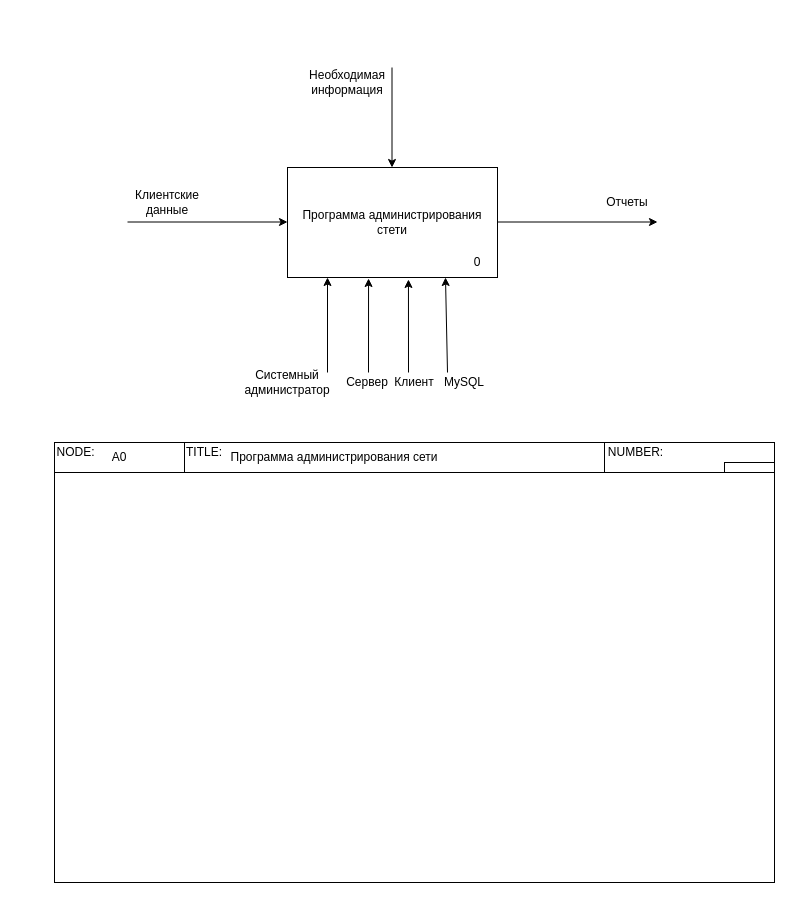
This is Контекстная диаграмма "Программа администрирования сети".drawio from OhotnikovV/AvIS, a draw.io file, before an edit. Source tidied: cells renumbered, new cells numbered last; positions are measured from the earlier drawing's top-left corner, leaving out a move shared by most shapes. Both pictures are drawn from the tidied source at 100%, with x=0, y=0 at pixel (54, 67).
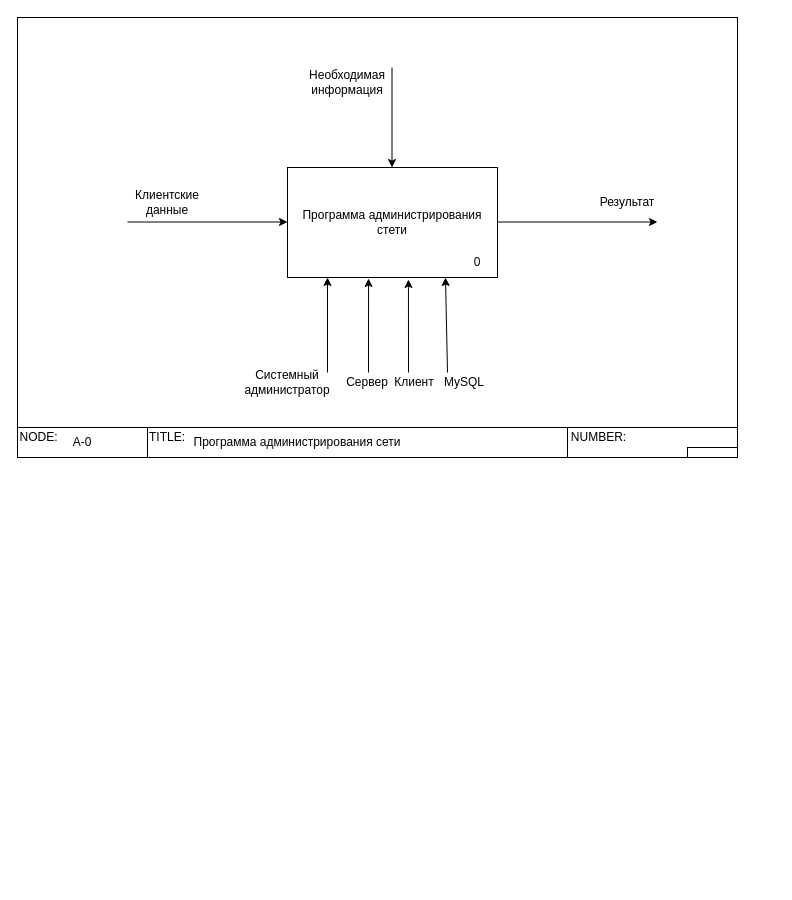
The same diagram, later.

Change to the diagram source:
```diff
@@
-    <mxCell id="9" value="Отчеты" style="text;html=1;strokeColor=none;fillColor=none;align=center;verticalAlign=middle;whiteSpace=wrap;rounded=0;" parent="1" vertex="1">
+    <mxCell id="9" value="Результат" style="text;html=1;strokeColor=none;fillColor=none;align=center;verticalAlign=middle;whiteSpace=wrap;rounded=0;" parent="1" vertex="1">
       <mxGeometry x="553" y="125" width="40" height="20" as="geometry" />
     </mxCell>
@@
     <mxCell id="14" style="rounded=0;whiteSpace=wrap;html=1;fillColor=none;" parent="1" vertex="1">
-      <mxGeometry y="405" width="720" height="410" as="geometry" />
+      <mxGeometry x="-37" y="-50" width="720" height="410" as="geometry" />
     </mxCell>
     <mxCell id="15" style="rounded=0;whiteSpace=wrap;html=1;fillColor=none;" parent="1" vertex="1">
-      <mxGeometry y="375" width="720" height="30" as="geometry" />
+      <mxGeometry x="-37" y="360" width="720" height="30" as="geometry" />
     </mxCell>
     <mxCell id="16" style="rounded=0;whiteSpace=wrap;html=1;fillColor=none;" parent="1" vertex="1">
-      <mxGeometry x="550" y="375" width="170" height="30" as="geometry" />
+      <mxGeometry x="513" y="360" width="170" height="30" as="geometry" />
     </mxCell>
     <mxCell id="17" style="rounded=0;whiteSpace=wrap;html=1;fillColor=none;" parent="1" vertex="1">
-      <mxGeometry y="375" width="130" height="30" as="geometry" />
+      <mxGeometry x="-37" y="360" width="130" height="30" as="geometry" />
     </mxCell>
     <mxCell id="18" value="NODE:" style="text;html=1;strokeColor=none;fillColor=none;align=center;verticalAlign=middle;whiteSpace=wrap;rounded=0;" parent="1" vertex="1">
-      <mxGeometry y="375" width="43" height="20" as="geometry" />
+      <mxGeometry x="-37" y="360" width="43" height="20" as="geometry" />
     </mxCell>
-    <mxCell id="19" value="A0" style="text;html=1;strokeColor=none;fillColor=none;align=center;verticalAlign=middle;whiteSpace=wrap;rounded=0;" parent="1" vertex="1">
-      <mxGeometry x="45" y="380" width="40" height="20" as="geometry" />
+    <mxCell id="19" value="A-0" style="text;html=1;strokeColor=none;fillColor=none;align=center;verticalAlign=middle;whiteSpace=wrap;rounded=0;" parent="1" vertex="1">
+      <mxGeometry x="8" y="365" width="40" height="20" as="geometry" />
     </mxCell>
     <mxCell id="20" value="TITLE:" style="text;html=1;strokeColor=none;fillColor=none;align=center;verticalAlign=middle;whiteSpace=wrap;rounded=0;" parent="1" vertex="1">
-      <mxGeometry x="130" y="375" width="40" height="20" as="geometry" />
+      <mxGeometry x="93" y="360" width="40" height="20" as="geometry" />
     </mxCell>
     <mxCell id="21" value="NUMBER:" style="text;html=1;strokeColor=none;fillColor=none;align=center;verticalAlign=middle;whiteSpace=wrap;rounded=0;" parent="1" vertex="1">
-      <mxGeometry x="550" y="375" width="63" height="20" as="geometry" />
+      <mxGeometry x="513" y="360" width="63" height="20" as="geometry" />
     </mxCell>
     <mxCell id="22" style="rounded=0;whiteSpace=wrap;html=1;fillColor=none;" parent="1" vertex="1">
-      <mxGeometry x="670" y="395" width="50" height="10" as="geometry" />
+      <mxGeometry x="633" y="380" width="50" height="10" as="geometry" />
     </mxCell>
     <mxCell id="23" value="Программа администрирования сети" style="text;html=1;strokeColor=none;fillColor=none;align=center;verticalAlign=middle;whiteSpace=wrap;rounded=0;shadow=0;" parent="1" vertex="1">
-      <mxGeometry x="170" y="380" width="220" height="20" as="geometry" />
+      <mxGeometry x="133" y="365" width="220" height="20" as="geometry" />
     </mxCell>
```
